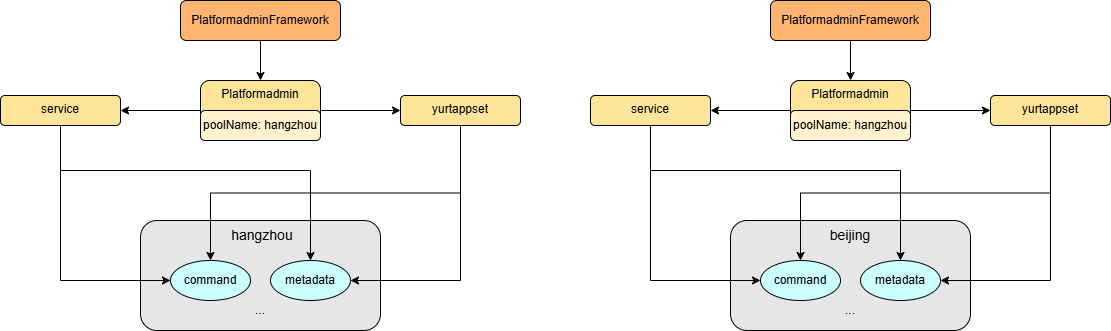
openyurtio/openyurt keeps this draw.io diagram as docs/img/20240819-build-iot-system-configuration-isolation-on-nodepool/platformadmin-old.png. Above is the earlier version. Source tidied: cells renumbered, new cells last; positions are measured from the earlier drawing's top-left corner, leaving out a move shared by most shapes.
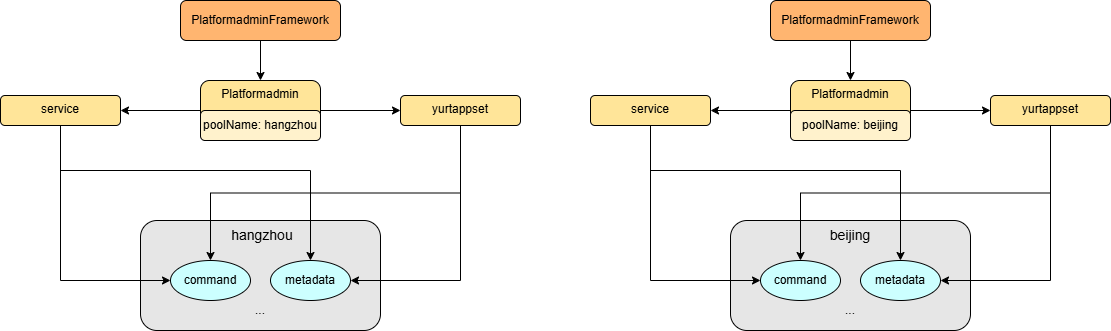
After the commit.

Diff of the diagram source:
```diff
@@ -76,9 +76,9 @@
     <mxCell id="24" value="service" style="rounded=1;whiteSpace=wrap;html=1;align=center;verticalAlign=top;fillColor=#FFE599;" parent="1" vertex="1">
       <mxGeometry x="590" y="95" width="120" height="30" as="geometry" />
     </mxCell>
-    <mxCell id="25" value="poolName: hangzhou" style="rounded=1;whiteSpace=wrap;html=1;verticalAlign=middle;align=center;fillColor=#FFF2CC;" parent="1" vertex="1">
-      <mxGeometry x="790" y="110" width="120" height="30" as="geometry" />
-    </mxCell>
+    <mxCell id="34" value="poolName: beijing" style="rounded=1;whiteSpace=wrap;html=1;verticalAlign=middle;align=center;fillColor=#FFF2CC;" parent="1" vertex="1">
+      <mxGeometry x="790" y="110" width="120" height="30" as="geometry" />
+    </mxCell>
     <mxCell id="26" value="&lt;font style=&quot;font-size: 14px&quot;&gt;beijing&lt;/font&gt;" style="rounded=1;whiteSpace=wrap;html=1;align=center;verticalAlign=top;fillColor=#E6E6E6;" parent="1" vertex="1">
       <mxGeometry x="730" y="220" width="240" height="110" as="geometry" />
     </mxCell>
```
